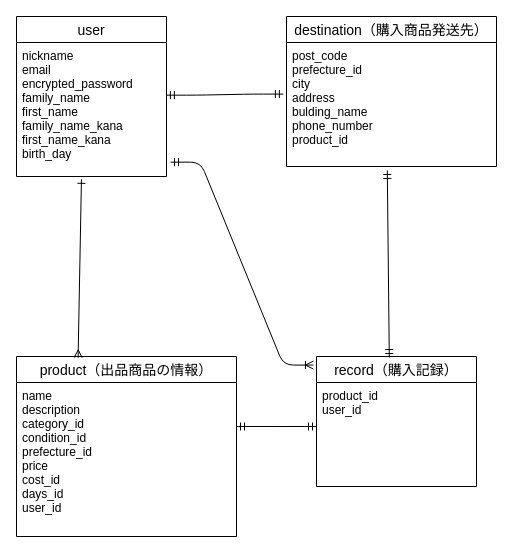
This is furima.dio from s05098st/furima-34004, a draw.io file, before an edit. Source tidied: cells renumbered, new cells numbered last; positions are measured from the earlier drawing's top-left corner, leaving out a move shared by most shapes. Both pictures are drawn from the tidied source at 100%, with x=0, y=0 at pixel (16, 16).
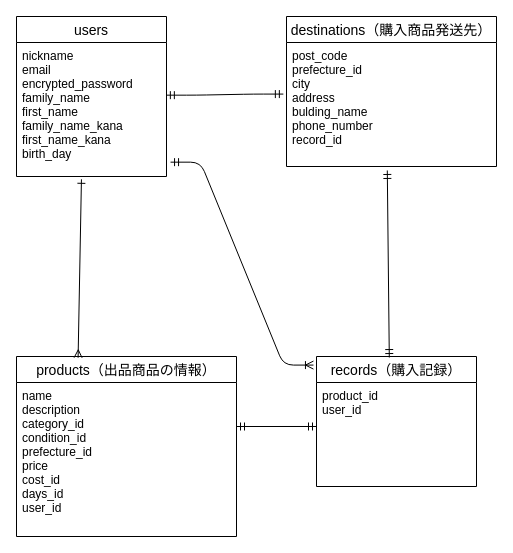
After the change.

Commit message (it also covers changes not shown here):
テーブル名複数形に修正及びER図修正

The edit, as a diff of the source:
```diff
@@
 <mxGraphModel>
   <root>
     <mxCell id="0" />
     <mxCell id="1" parent="0" />
-    <mxCell id="2" value="user" style="swimlane;fontStyle=0;horizontal=1;startSize=26;align=center;fontSize=14;" parent="1" vertex="1">
+    <mxCell id="2" value="users" style="swimlane;fontStyle=0;horizontal=1;startSize=26;align=center;fontSize=14;" parent="1" vertex="1">
       <mxGeometry width="150" height="160" as="geometry" />
     </mxCell>
     <mxCell id="3" value="nickname&#10;email&#10;encrypted_password&#10;family_name&#10;first_name&#10;family_name_kana&#10;first_name_kana&#10;birth_day&#10;" style="text;strokeColor=none;fillColor=none;spacingLeft=4;spacingRight=4;overflow=hidden;points=[[0,0.5],[1,0.5]];portConstraint=eastwest;fontSize=12;" parent="2" vertex="1">
       <mxGeometry y="26" width="150" height="134" as="geometry" />
     </mxCell>
-    <mxCell id="4" value="product（出品商品の情報）" style="swimlane;fontStyle=0;horizontal=1;startSize=26;align=center;fontSize=14;" parent="1" vertex="1">
+    <mxCell id="4" value="products（出品商品の情報）" style="swimlane;fontStyle=0;horizontal=1;startSize=26;align=center;fontSize=14;" parent="1" vertex="1">
       <mxGeometry y="340" width="220" height="180" as="geometry" />
     </mxCell>
     <mxCell id="5" value="name&#10;description&#10;category_id&#10;condition_id&#10;prefecture_id&#10;price&#10;cost_id&#10;days_id&#10;user_id&#10;" style="text;strokeColor=none;fillColor=none;spacingLeft=4;spacingRight=4;overflow=hidden;fontSize=12;" parent="4" vertex="1">
       <mxGeometry y="26" width="220" height="154" as="geometry" />
     </mxCell>
-    <mxCell id="6" value="destination（購入商品発送先）" style="swimlane;fontStyle=0;horizontal=1;startSize=26;align=center;fontSize=14;" parent="1" vertex="1">
+    <mxCell id="6" value="destinations（購入商品発送先）" style="swimlane;fontStyle=0;horizontal=1;startSize=26;align=center;fontSize=14;" parent="1" vertex="1">
       <mxGeometry x="270" width="210" height="150" as="geometry" />
     </mxCell>
-    <mxCell id="7" value="post_code&#10;prefecture_id&#10;city&#10;address&#10;bulding_name&#10;phone_number&#10;product_id&#10;" style="text;strokeColor=none;fillColor=none;spacingLeft=4;spacingRight=4;overflow=hidden;points=[[0,0.5],[1,0.5]];portConstraint=eastwest;fontSize=12;" parent="6" vertex="1">
+    <mxCell id="7" value="post_code&#10;prefecture_id&#10;city&#10;address&#10;bulding_name&#10;phone_number&#10;record_id&#10;" style="text;strokeColor=none;fillColor=none;spacingLeft=4;spacingRight=4;overflow=hidden;points=[[0,0.5],[1,0.5]];portConstraint=eastwest;fontSize=12;" parent="6" vertex="1">
       <mxGeometry y="26" width="210" height="124" as="geometry" />
     </mxCell>
-    <mxCell id="8" value="record（購入記録）" style="swimlane;fontStyle=0;horizontal=1;startSize=26;align=center;fontSize=14;" parent="1" vertex="1">
+    <mxCell id="8" value="records（購入記録）" style="swimlane;fontStyle=0;horizontal=1;startSize=26;align=center;fontSize=14;" parent="1" vertex="1">
       <mxGeometry x="300" y="340" width="160" height="130" as="geometry" />
     </mxCell>
     <mxCell id="9" value="product_id&#10;user_id" style="text;strokeColor=none;fillColor=none;spacingLeft=4;spacingRight=4;overflow=hidden;points=[[0,0.5],[1,0.5]];portConstraint=eastwest;fontSize=12;" parent="8" vertex="1">
       <mxGeometry y="26" width="160" height="104" as="geometry" />
     </mxCell>
     <mxCell id="10" style="edgeStyle=entityRelationEdgeStyle;fontSize=12;html=1;endArrow=ERmandOne;startArrow=ERmandOne;entryX=-0.015;entryY=0.416;entryDx=0;entryDy=0;entryPerimeter=0;exitX=0.999;exitY=0.393;exitDx=0;exitDy=0;exitPerimeter=0;" parent="1" edge="1" source="3" target="7">
       <mxGeometry relative="1" as="geometry" />
     </mxCell>
     <mxCell id="11" style="endArrow=ERmany;html=1;rounded=0;exitX=0.433;exitY=1.021;exitDx=0;exitDy=0;exitPerimeter=0;startArrow=ERone;startFill=0;entryX=0.28;entryY=0.007;entryDx=0;entryDy=0;entryPerimeter=0;endFill=0;" parent="1" edge="1" source="3" target="4">
       <mxGeometry relative="1" as="geometry" />
     </mxCell>
     <mxCell id="12" style="edgeStyle=entityRelationEdgeStyle;fontSize=12;html=1;endArrow=ERmandOne;startArrow=ERmandOne;entryX=0;entryY=0.423;entryDx=0;entryDy=0;entryPerimeter=0;" parent="1" edge="1" target="9">
       <mxGeometry relative="1" as="geometry">
         <mxPoint x="220" y="410" as="sourcePoint" />
       </mxGeometry>
     </mxCell>
     <mxCell id="13" style="endArrow=ERmandOne;html=1;rounded=0;exitX=0.48;exitY=1.032;exitDx=0;exitDy=0;exitPerimeter=0;startArrow=ERmandOne;startFill=0;endFill=0;entryX=0.455;entryY=0.008;entryDx=0;entryDy=0;entryPerimeter=0;" parent="1" edge="1" source="7" target="8">
       <mxGeometry relative="1" as="geometry" />
     </mxCell>
     <mxCell id="14" style="endArrow=none;html=1;rounded=0;" parent="1" edge="1">
       <mxGeometry relative="1" as="geometry">
         <mxPoint x="230" y="410" as="sourcePoint" />
         <mxPoint x="300" y="410" as="targetPoint" />
       </mxGeometry>
     </mxCell>
     <mxCell id="15" style="edgeStyle=entityRelationEdgeStyle;fontSize=12;html=1;endArrow=ERoneToMany;startArrow=ERmandOne;exitX=1.027;exitY=0.893;exitDx=0;exitDy=0;exitPerimeter=0;entryX=-0.019;entryY=0.066;entryDx=0;entryDy=0;entryPerimeter=0;" parent="1" edge="1" source="3" target="8">
       <mxGeometry relative="1" as="geometry" />
     </mxCell>
   </root>
 </mxGraphModel>
```
